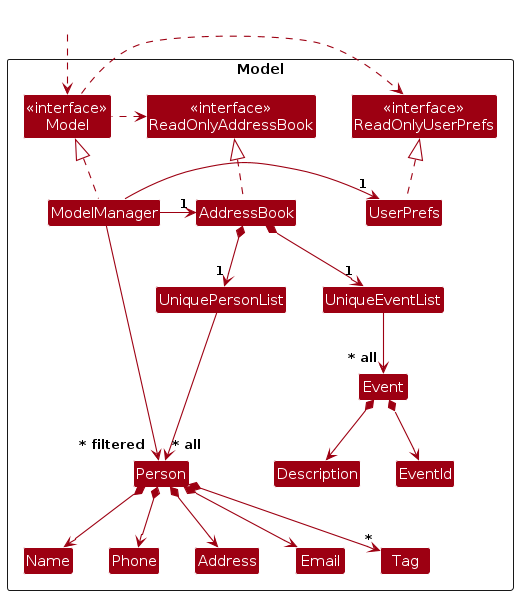
The PlantUML diagram diagrams/ModelClassDiagram.png in AY2425S1-CS2103T-F13-3/tp, before a commit. Its source is kept beside it as diagrams/ModelClassDiagram.puml.
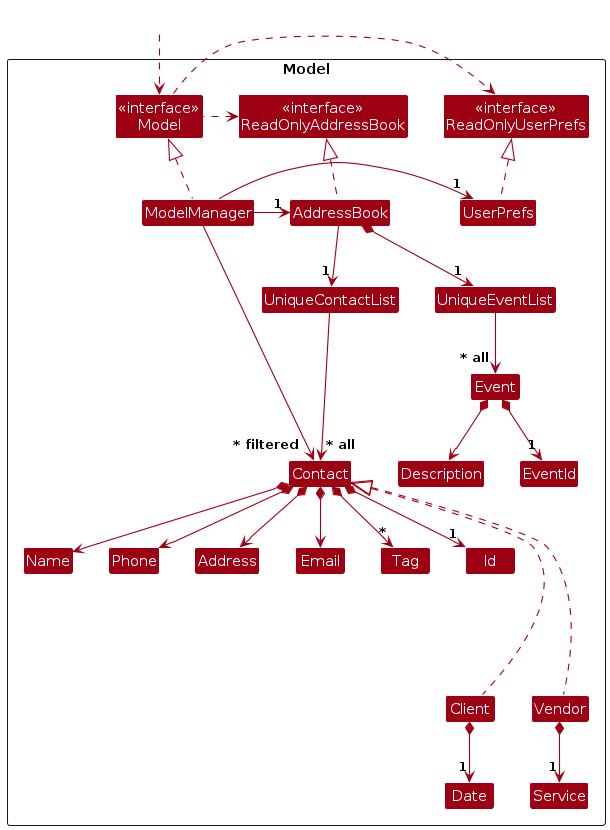
After the commit.

Diff of the diagram source:
```diff
@@ -12,17 +12,22 @@
 Class ModelManager
 Class UserPrefs
 
-Class UniquePersonList
+Class UniqueContactList
 Class UniqueEventList
 Class Event
-Class Person
+Class Contact
 Class Address
 Class Email
 Class Name
 Class Phone
 Class Tag
 Class Description
+Class Id
 Class EventId
+Class Client
+Class Vendor
+Class Service
+Class Date
 
 Class I #FFFFFF
 }
@@ -39,24 +44,29 @@
 ModelManager -right-> "1" UserPrefs
 UserPrefs .up.|> ReadOnlyUserPrefs
 
-AddressBook *--> "1" UniquePersonList
+AddressBook --> "1" UniqueContactList
 AddressBook *--> "1" UniqueEventList
-UniquePersonList --> "~* all" Person
+UniqueContactList --> "~* all" Contact
 UniqueEventList --> "~* all" Event
-Person *--> Name
-Person *--> Phone
-Person *--> Email
-Person *--> Address
-Person *--> "*" Tag
-Event *--> EventId
+Client .up.--|> Contact
+Client *--> "1" Date
+Vendor .up.--|> Contact
+Vendor *--> "1" Service
+Contact *--> Name
+Contact *--> Phone
+Contact *--> Email
+Contact *--> Address
+Contact *--> "*" Tag
+Contact *--> "1" Id
+Event *--> "1" EventId
 Event *--> Description
 
-Person -[hidden]up--> I
-UniquePersonList -[hidden]right-> I
+Contact -[hidden]up--> I
+UniqueContactList -[hidden]right-> I
 
 Name -[hidden]right-> Phone
 Phone -[hidden]right-> Address
 Address -[hidden]right-> Email
 
-ModelManager --> "~* filtered" Person
+ModelManager --> "~* filtered" Contact
 @enduml
```
